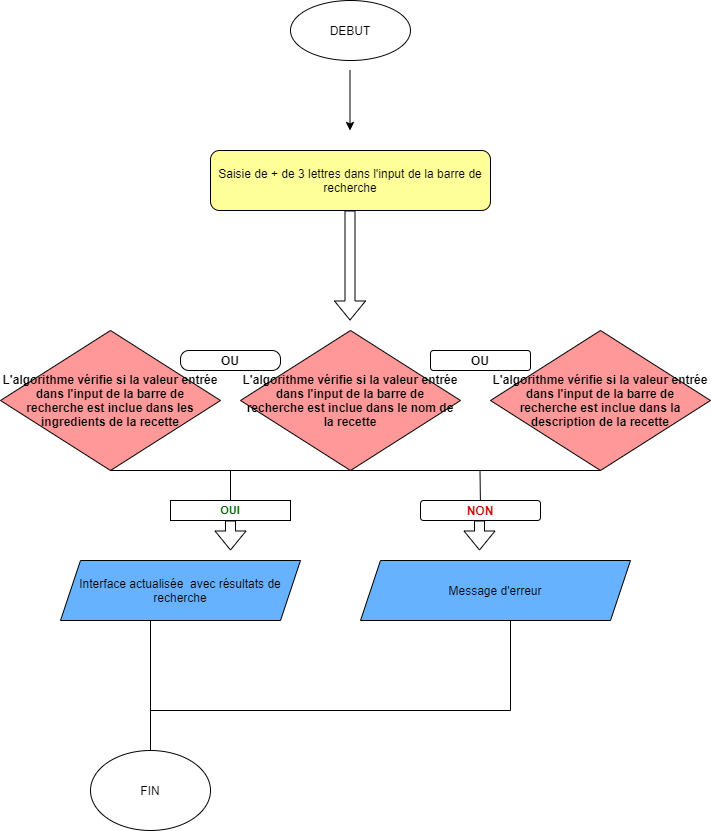
ekeyangwen/ElisaKaba_7_07122021 keeps this draw.io diagram as img/Algorigramme_P7.png. Above is the earlier version. Source tidied: cells renumbered, new cells last; positions are measured from the earlier drawing's top-left corner, leaving out a move shared by most shapes.
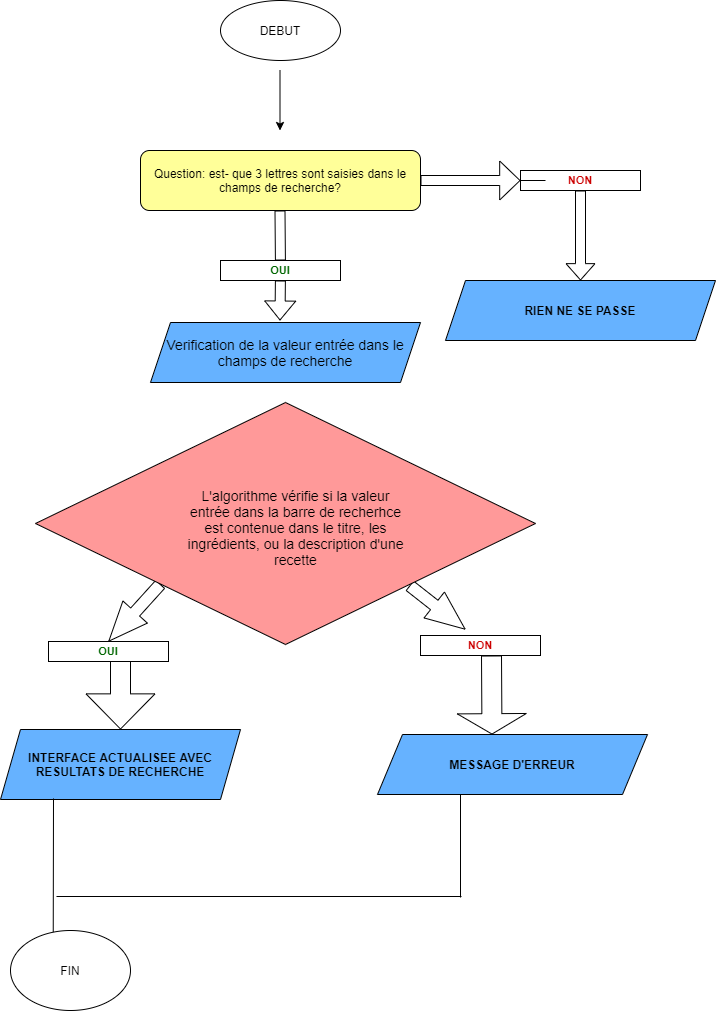
The same diagram one commit later.

Commit message:
MAJ recherche principale ok+CSS

What changed in the source:
```diff
@@ -5,7 +5,7 @@
     <mxCell id="2" value="&lt;font color=&quot;#000000&quot; style=&quot;background-color: rgb(255 , 255 , 255)&quot;&gt;DEBUT&lt;/font&gt;" style="ellipse;whiteSpace=wrap;html=1;strokeColor=#000000;fillColor=#FFFFFF;" parent="1" vertex="1">
       <mxGeometry x="290" width="120" height="60" as="geometry" />
     </mxCell>
-    <mxCell id="3" value="&lt;font color=&quot;#000000&quot;&gt;Saisie de + de 3 lettres dans l'input de la barre de recherche&lt;/font&gt;" style="rounded=1;whiteSpace=wrap;html=1;strokeColor=#000000;fillColor=#FFFF99;" parent="1" vertex="1">
+    <mxCell id="3" value="&lt;font color=&quot;#000000&quot;&gt;Question: est- que 3 lettres sont saisies dans le champs de recherche?&lt;/font&gt;" style="rounded=1;whiteSpace=wrap;html=1;strokeColor=#000000;fillColor=#FFFF99;" parent="1" vertex="1">
       <mxGeometry x="210" y="150" width="280" height="60" as="geometry" />
     </mxCell>
     <mxCell id="4" style="endArrow=classic;html=1;rounded=0;strokeColor=#000000;" parent="1" edge="1">
@@ -14,85 +14,99 @@
         <mxPoint x="349.5" y="130" as="targetPoint" />
       </mxGeometry>
     </mxCell>
-    <mxCell id="5" value="&lt;font style=&quot;font-size: 12px&quot; color=&quot;#000000&quot;&gt;&lt;b&gt;L'algorithme vérifie si la valeur entrée dans l'input de la barre de recherche&amp;nbsp;&lt;/b&gt;&lt;b&gt;est inclue dans&amp;nbsp;&lt;/b&gt;&lt;b&gt;les ingredients de la recette&lt;/b&gt;&lt;/font&gt;" style="rhombus;whiteSpace=wrap;html=1;fillColor=#FF9999;strokeColor=#000000;" parent="1" vertex="1">
-      <mxGeometry y="330" width="220" height="140" as="geometry" />
-    </mxCell>
-    <mxCell id="6" value="&lt;span style=&quot;&quot;&gt;&lt;b&gt;&lt;font style=&quot;font-size: 12px&quot; color=&quot;#000000&quot;&gt;OU&lt;/font&gt;&lt;/b&gt;&lt;/span&gt;" style="rounded=1;whiteSpace=wrap;html=1;labelBackgroundColor=#FFFFFF;fontSize=9;fillColor=#FFFFFF;strokeColor=#000000;arcSize=42;" parent="1" vertex="1">
-      <mxGeometry x="180" y="350" width="100" height="20" as="geometry" />
-    </mxCell>
-    <mxCell id="7" value="&lt;span style=&quot;&quot;&gt;&lt;b&gt;&lt;font style=&quot;font-size: 12px&quot; color=&quot;#000000&quot;&gt;OU&lt;/font&gt;&lt;/b&gt;&lt;/span&gt;" style="rounded=1;whiteSpace=wrap;html=1;labelBackgroundColor=#FFFFFF;fontSize=9;fillColor=#FFFFFF;strokeColor=#000000;" parent="1" vertex="1">
-      <mxGeometry x="430" y="350" width="100" height="20" as="geometry" />
-    </mxCell>
-    <mxCell id="8" style="endArrow=none;html=1;rounded=0;fontSize=9;strokeColor=#000000;entryX=0.5;entryY=1;entryDx=0;entryDy=0;" parent="1" edge="1" target="23">
-      <mxGeometry relative="1" as="geometry">
-        <mxPoint x="110" y="470" as="sourcePoint" />
-      </mxGeometry>
-    </mxCell>
-    <mxCell id="9" style="endArrow=none;html=1;rounded=0;fontSize=9;strokeColor=#000000;startArrow=none;" parent="1" edge="1" source="19">
-      <mxGeometry relative="1" as="geometry">
-        <mxPoint x="230" y="470" as="targetPoint" />
-      </mxGeometry>
-    </mxCell>
-    <mxCell id="10" style="endArrow=none;html=1;rounded=0;fontSize=9;startArrow=none;strokeColor=#000000;" parent="1" edge="1" source="18">
-      <mxGeometry relative="1" as="geometry">
-        <mxPoint x="479.5" y="470" as="targetPoint" />
-      </mxGeometry>
-    </mxCell>
-    <mxCell id="11" value="&lt;font style=&quot;font-size: 12px&quot; color=&quot;#000000&quot;&gt;Interface actualisée&amp;nbsp; avec résultats de recherche&lt;/font&gt;" style="shape=parallelogram;perimeter=parallelogramPerimeter;whiteSpace=wrap;html=1;fixedSize=1;labelBackgroundColor=none;fontSize=9;strokeColor=#000000;strokeWidth=1;fillColor=#66B2FF;" parent="1" vertex="1">
-      <mxGeometry x="60" y="560" width="240" height="60" as="geometry" />
+    <mxCell id="11" value="&lt;font style=&quot;font-size: 12px&quot; color=&quot;#000000&quot;&gt;&lt;b&gt;INTERFACE ACTUALISEE AVEC RESULTATS DE RECHERCHE&lt;/b&gt;&lt;/font&gt;" style="shape=parallelogram;perimeter=parallelogramPerimeter;whiteSpace=wrap;html=1;fixedSize=1;labelBackgroundColor=none;fontSize=9;strokeColor=#000000;strokeWidth=1;fillColor=#66B2FF;" parent="1" vertex="1">
+      <mxGeometry x="70" y="729" width="240" height="70" as="geometry" />
     </mxCell>
-    <mxCell id="12" value="&lt;font style=&quot;font-size: 12px&quot; color=&quot;#000000&quot;&gt;Message d'erreur&lt;/font&gt;" style="shape=parallelogram;perimeter=parallelogramPerimeter;whiteSpace=wrap;html=1;fixedSize=1;labelBackgroundColor=none;fontSize=9;strokeColor=#000000;fillColor=#66B2FF;" parent="1" vertex="1">
-      <mxGeometry x="360" y="560" width="270" height="60" as="geometry" />
+    <mxCell id="12" value="&lt;font style=&quot;font-size: 12px&quot; color=&quot;#000000&quot;&gt;&lt;b&gt;RIEN NE SE PASSE&lt;/b&gt;&lt;/font&gt;" style="shape=parallelogram;perimeter=parallelogramPerimeter;whiteSpace=wrap;html=1;fixedSize=1;labelBackgroundColor=none;fontSize=9;strokeColor=#000000;fillColor=#66B2FF;" parent="1" vertex="1">
+      <mxGeometry x="515" y="280" width="270" height="60" as="geometry" />
     </mxCell>
-    <mxCell id="13" style="endArrow=none;html=1;rounded=0;fontSize=9;strokeColor=#000000;" parent="1" edge="1">
+    <mxCell id="13" style="endArrow=none;html=1;rounded=0;fontSize=9;strokeColor=#000000;entryX=0.356;entryY=0.126;entryDx=0;entryDy=0;entryPerimeter=0;" parent="1" edge="1" target="16">
       <mxGeometry relative="1" as="geometry">
-        <mxPoint x="150" y="620" as="sourcePoint" />
-        <mxPoint x="150" y="750" as="targetPoint" />
+        <mxPoint x="123" y="798" as="sourcePoint" />
       </mxGeometry>
     </mxCell>
-    <mxCell id="14" style="endArrow=none;html=1;rounded=0;fontSize=9;strokeColor=#000000;" parent="1" edge="1">
-      <mxGeometry relative="1" as="geometry">
-        <mxPoint x="510" y="710" as="sourcePoint" />
-        <mxPoint x="510" y="620" as="targetPoint" />
-      </mxGeometry>
-    </mxCell>
     <mxCell id="15" style="endArrow=none;html=1;rounded=0;fontSize=9;strokeColor=#000000;" parent="1" edge="1">
       <mxGeometry relative="1" as="geometry">
-        <mxPoint x="150" y="710" as="sourcePoint" />
-        <mxPoint x="510" y="710" as="targetPoint" />
+        <mxPoint x="126" y="896" as="sourcePoint" />
+        <mxPoint x="531" y="896" as="targetPoint" />
       </mxGeometry>
     </mxCell>
     <mxCell id="16" value="&lt;font style=&quot;font-size: 12px&quot;&gt;FIN&lt;/font&gt;" style="ellipse;whiteSpace=wrap;html=1;labelBackgroundColor=#FFFFFF;fontSize=9;fontColor=#000000;fillColor=#FFFFFF;strokeColor=#000000;" parent="1" vertex="1">
-      <mxGeometry x="90" y="750" width="120" height="80" as="geometry" />
+      <mxGeometry x="80" y="930" width="120" height="80" as="geometry" />
     </mxCell>
-    <mxCell id="17" style="shape=flexArrow;endArrow=classic;html=1;labelBackgroundColor=#FFFFFF;labelBorderColor=#000000;fontColor=#000000;strokeColor=#000000;" parent="1" edge="1">
+    <mxCell id="17" style="shape=flexArrow;endArrow=classic;html=1;labelBackgroundColor=#FFFFFF;labelBorderColor=#000000;fontColor=#000000;strokeColor=#000000;startArrow=none;" parent="1" edge="1" source="24">
       <mxGeometry relative="1" as="geometry">
-        <mxPoint x="349.5" y="210" as="sourcePoint" />
         <mxPoint x="349.5" y="320" as="targetPoint" />
       </mxGeometry>
     </mxCell>
-    <mxCell id="18" value="&lt;b&gt;&lt;font style=&quot;font-size: 12px&quot; color=&quot;#cc0000&quot;&gt;NON&lt;/font&gt;&lt;/b&gt;" style="rounded=1;whiteSpace=wrap;html=1;labelBackgroundColor=#FFFFFF;fontSize=9;fillColor=#FFFFFF;strokeColor=#000000;" parent="1" vertex="1">
-      <mxGeometry x="420" y="500" width="120" height="20" as="geometry" />
-    </mxCell>
+    <mxCell id="21" style="shape=flexArrow;endArrow=classic;html=1;labelBackgroundColor=#FFFFFF;labelBorderColor=#000000;fontColor=#000000;strokeColor=#000000;exitX=1;exitY=1;exitDx=0;exitDy=0;entryX=0.25;entryY=0;entryDx=0;entryDy=0;width=12;endSize=12.74;" parent="1" edge="1" source="35">
+      <mxGeometry relative="1" as="geometry">
+        <mxPoint x="535" y="629" as="targetPoint" />
+      </mxGeometry>
+    </mxCell>
+    <mxCell id="24" value="&lt;b&gt;&lt;font color=&quot;#006600&quot; style=&quot;font-size: 11px&quot;&gt;OUI&lt;/font&gt;&lt;/b&gt;" style="rounded=1;whiteSpace=wrap;html=1;labelBackgroundColor=#FFFFFF;fontSize=9;arcSize=0;fillColor=#FFFFFF;strokeColor=#000000;" parent="1" vertex="1">
+      <mxGeometry x="290" y="260" width="120" height="20" as="geometry" />
+    </mxCell>
+    <mxCell id="25" style="shape=flexArrow;endArrow=none;html=1;labelBackgroundColor=#FFFFFF;labelBorderColor=#000000;fontColor=#000000;strokeColor=#000000;" parent="1" edge="1" target="24">
+      <mxGeometry relative="1" as="geometry">
+        <mxPoint x="349.5" y="210" as="sourcePoint" />
+      </mxGeometry>
+    </mxCell>
+    <mxCell id="26" value="&lt;span style=&quot;font-size: 11px&quot;&gt;&lt;b&gt;&lt;font color=&quot;#cc0000&quot;&gt;NON&lt;/font&gt;&lt;/b&gt;&lt;/span&gt;" style="rounded=1;whiteSpace=wrap;html=1;labelBackgroundColor=#FFFFFF;fontSize=9;arcSize=0;fillColor=#FFFFFF;strokeColor=#000000;" parent="1" vertex="1">
+      <mxGeometry x="590" y="170" width="120" height="20" as="geometry" />
+    </mxCell>
+    <mxCell id="27" style="edgeStyle=none;html=1;exitX=0.25;exitY=0;exitDx=0;exitDy=0;endArrow=none;" parent="1" edge="1" target="26">
+      <mxGeometry relative="1" as="geometry">
+        <mxPoint x="615" y="180" as="sourcePoint" />
+      </mxGeometry>
+    </mxCell>
+    <mxCell id="28" style="shape=flexArrow;endArrow=classic;html=1;fontColor=#CC0000;exitX=1;exitY=0.5;exitDx=0;exitDy=0;endWidth=28;endSize=6.44;strokeColor=#000000;" parent="1" edge="1" source="3">
+      <mxGeometry relative="1" as="geometry">
+        <mxPoint x="590" y="180" as="targetPoint" />
+      </mxGeometry>
+    </mxCell>
+    <mxCell id="29" style="shape=flexArrow;endArrow=classic;html=1;fontColor=#CC0000;strokeColor=#000000;endWidth=18;endSize=5.12;" parent="1" edge="1">
+      <mxGeometry relative="1" as="geometry">
+        <mxPoint x="650" y="190" as="sourcePoint" />
+        <mxPoint x="650" y="280" as="targetPoint" />
+      </mxGeometry>
+    </mxCell>
+    <mxCell id="30" value="&lt;font style=&quot;font-size: 12px&quot; color=&quot;#000000&quot;&gt;&lt;b&gt;MESSAGE D'ERREUR&lt;/b&gt;&lt;/font&gt;" style="shape=parallelogram;perimeter=parallelogramPerimeter;whiteSpace=wrap;html=1;fixedSize=1;labelBackgroundColor=none;fontSize=9;strokeColor=#000000;fillColor=#66B2FF;size=25;" parent="1" vertex="1">
+      <mxGeometry x="447" y="734" width="270" height="60" as="geometry" />
+    </mxCell>
+    <mxCell id="31" style="endArrow=none;html=1;rounded=0;fontSize=9;strokeColor=#000000;" parent="1" edge="1">
+      <mxGeometry relative="1" as="geometry">
+        <mxPoint x="530" y="794" as="sourcePoint" />
+        <mxPoint x="530" y="897" as="targetPoint" />
+      </mxGeometry>
+    </mxCell>
+    <mxCell id="32" style="shape=flexArrow;endArrow=classic;html=1;fontSize=12;fontColor=#000000;strokeColor=#000000;width=20;endSize=6.46;endWidth=48;startArrow=none;entryX=0.424;entryY=0.001;entryDx=0;entryDy=0;entryPerimeter=0;" parent="1" edge="1" target="30">
+      <mxGeometry relative="1" as="geometry">
+        <mxPoint x="561" y="655" as="sourcePoint" />
+      </mxGeometry>
+    </mxCell>
+    <mxCell id="33" style="shape=flexArrow;endArrow=classic;html=1;fontSize=12;fontColor=#000000;strokeColor=#000000;width=20;endSize=11.38;endWidth=48;startArrow=none;entryX=0.5;entryY=0;entryDx=0;entryDy=0;" parent="1" edge="1" target="11">
+      <mxGeometry relative="1" as="geometry">
+        <mxPoint x="190" y="651" as="sourcePoint" />
+      </mxGeometry>
+    </mxCell>
+    <mxCell id="34" style="shape=flexArrow;endArrow=classic;html=1;labelBackgroundColor=#FFFFFF;labelBorderColor=#000000;fontColor=#000000;strokeColor=#000000;exitX=0;exitY=1;exitDx=0;exitDy=0;entryX=0.5;entryY=0;entryDx=0;entryDy=0;width=12;endSize=12.74;" parent="1" edge="1" source="22" target="19">
+      <mxGeometry relative="1" as="geometry" />
+    </mxCell>
+    <mxCell id="22" value="&lt;span style=&quot;color: rgba(0 , 0 , 0 , 0) ; font-family: monospace ; font-size: 0px&quot;&gt;%3CmxGraphModel%3E%3Croot%3E%3CmxCell%20id%3D%220%22%2F%3E%3CmxCell%20id%3D%221%22%20parent%3D%220%22%2F%3E%3CmxCell%20id%3D%222%22%20value%3D%22%22%20style%3D%22shape%3DflexArrow%3BendArrow%3Dclassic%3Bhtml%3D1%3BlabelBackgroundColor%3D%23FFFFFF%3BlabelBorderColor%3D%23000000%3BfontColor%3D%23000000%3BstrokeColor%3D%23000000%3BexitX%3D0.5%3BexitY%3D1%3BexitDx%3D0%3BexitDy%3D0%3BentryX%3D0.25%3BentryY%3D0%3BentryDx%3D0%3BentryDy%3D0%3Bwidth%3D12%3BendSize%3D12.74%3B%22%20edge%3D%221%22%20parent%3D%221%22%3E%3CmxGeometry%20width%3D%2250%22%20height%3D%2250%22%20relative%3D%221%22%20as%3D%22geometry%22%3E%3CmxPoint%20x%3D%22489%22%20y%3D%22530%22%20as%3D%22sourcePoint%22%2F%3E%3CmxPoint%20x%3D%22555%22%20y%3D%22605%22%20as%3D%22targetPoint%22%2F%3E%3C%2FmxGeometry%3E%3C%2FmxCell%3E%3C%2Froot%3E%3C%2FmxGraphModel%3E&lt;/span&gt;" style="rhombus;fillColor=#FF9999;strokeColor=#000000;align=center;labelPosition=center;verticalLabelPosition=middle;verticalAlign=middle;whiteSpace=wrap;html=1;fontColor=#000000;fontSize=11;" parent="1" vertex="1">
+      <mxGeometry x="105" y="402" width="500" height="242" as="geometry" />
+    </mxCell>
+    <mxCell id="35" value="&lt;font style=&quot;font-size: 14px&quot;&gt;L'algorithme vérifie si la valeur entrée dans la barre de recherhce est contenue dans le titre, les ingrédients, ou la description d'une recette&lt;/font&gt;" style="text;html=1;strokeColor=none;fillColor=none;align=center;verticalAlign=middle;whiteSpace=wrap;rounded=0;fontFamily=Helvetica;fontSize=10;fontColor=#000000;" parent="1" vertex="1">
+      <mxGeometry x="252" y="469" width="227" height="116" as="geometry" />
+    </mxCell>
+    <mxCell id="36" value="&lt;span style=&quot;color: rgb(0 , 0 , 0) ; font-size: 14px&quot;&gt;Verification de la valeur entrée dans le champs de recherche&lt;/span&gt;" style="shape=parallelogram;perimeter=parallelogramPerimeter;whiteSpace=wrap;html=1;fixedSize=1;labelBackgroundColor=none;fontSize=9;strokeColor=#000000;fillColor=#66B2FF;" parent="1" vertex="1">
+      <mxGeometry x="220" y="322" width="270" height="60" as="geometry" />
+    </mxCell>
     <mxCell id="19" value="&lt;b&gt;&lt;font color=&quot;#006600&quot; style=&quot;font-size: 11px&quot;&gt;OUI&lt;/font&gt;&lt;/b&gt;" style="rounded=1;whiteSpace=wrap;html=1;labelBackgroundColor=#FFFFFF;fontSize=9;arcSize=0;fillColor=#FFFFFF;strokeColor=#000000;" parent="1" vertex="1">
-      <mxGeometry x="170" y="500" width="120" height="20" as="geometry" />
+      <mxGeometry x="118" y="641" width="120" height="20" as="geometry" />
     </mxCell>
-    <mxCell id="20" style="shape=flexArrow;endArrow=classic;html=1;labelBackgroundColor=#FFFFFF;labelBorderColor=#000000;fontColor=#000000;strokeColor=#000000;exitX=0.5;exitY=1;exitDx=0;exitDy=0;" parent="1" edge="1" source="19">
-      <mxGeometry relative="1" as="geometry">
-        <mxPoint x="230" y="550" as="targetPoint" />
-      </mxGeometry>
-    </mxCell>
-    <mxCell id="21" style="shape=flexArrow;endArrow=classic;html=1;labelBackgroundColor=#FFFFFF;labelBorderColor=#000000;fontColor=#000000;strokeColor=#000000;exitX=0.5;exitY=1;exitDx=0;exitDy=0;" parent="1" edge="1">
-      <mxGeometry relative="1" as="geometry">
-        <mxPoint x="479" y="520" as="sourcePoint" />
-        <mxPoint x="479" y="550" as="targetPoint" />
-      </mxGeometry>
-    </mxCell>
-    <mxCell id="22" value="&lt;font style=&quot;font-size: 12px&quot; color=&quot;#000000&quot;&gt;&lt;b&gt;L'algorithme vérifie si la valeur entrée dans l'input de la barre de recherche&amp;nbsp;&lt;/b&gt;&lt;b&gt;est inclue dans&amp;nbsp;&lt;/b&gt;&lt;b&gt;le nom de la recette&lt;/b&gt;&lt;/font&gt;" style="rhombus;whiteSpace=wrap;html=1;fillColor=#FF9999;strokeColor=#000000;" parent="1" vertex="1">
-      <mxGeometry x="240" y="330" width="220" height="140" as="geometry" />
-    </mxCell>
-    <mxCell id="23" value="&lt;font style=&quot;font-size: 12px&quot; color=&quot;#000000&quot;&gt;&lt;b&gt;L'algorithme vérifie si la valeur entrée dans l'input de la barre de recherche&amp;nbsp;&lt;/b&gt;&lt;b&gt;est inclue dans&amp;nbsp;&lt;/b&gt;&lt;b&gt;la description de la recette&lt;/b&gt;&lt;/font&gt;" style="rhombus;whiteSpace=wrap;html=1;fillColor=#FF9999;strokeColor=#000000;" parent="1" vertex="1">
-      <mxGeometry x="490" y="330" width="220" height="140" as="geometry" />
-    </mxCell>
+    <mxCell id="37" value="&lt;span style=&quot;font-size: 11px&quot;&gt;&lt;b&gt;&lt;font color=&quot;#cc0000&quot;&gt;NON&lt;/font&gt;&lt;/b&gt;&lt;/span&gt;" style="rounded=1;whiteSpace=wrap;html=1;labelBackgroundColor=#FFFFFF;fontSize=9;arcSize=0;fillColor=#FFFFFF;strokeColor=#000000;" parent="1" vertex="1">
+      <mxGeometry x="490" y="635" width="120" height="20" as="geometry" />
+    </mxCell>
   </root>
 </mxGraphModel>
```
